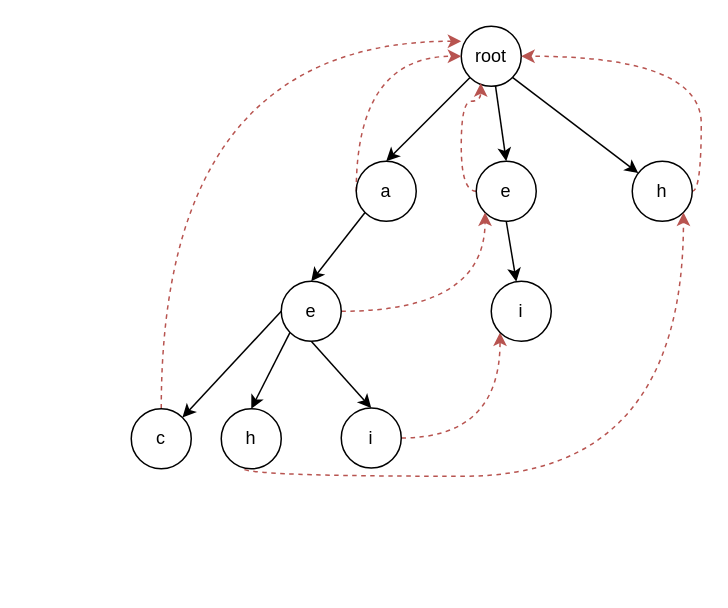
a7956232/drawIOFiles keeps this draw.io diagram as KMP、字典树、AC自动机.drawio. Above is the earlier version. Source tidied: cells renumbered, new cells numbered last; positions are measured from the earlier drawing's top-left corner, leaving out a move shared by most shapes. Both pictures are drawn from the tidied source at 150%, with x=0, y=0 at pixel (130, 26).
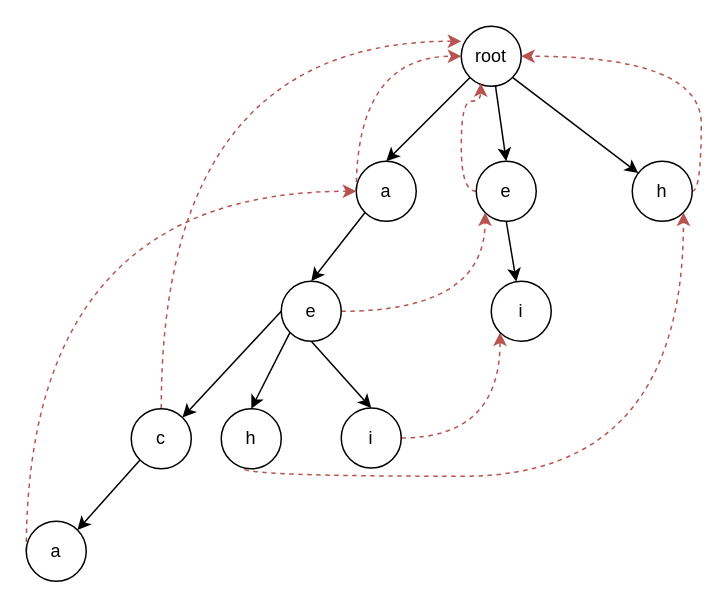
The same page after the edit.

Commit message (it also covers changes not shown here):
更新KMP、字典树、AC自动机.drawio

Unchanged cells that the change refers to:
```xml
<mxCell id="8" value="a" style="ellipse;whiteSpace=wrap;html=1;" parent="1" vertex="1">
  <mxGeometry x="150" y="90" width="40" height="40" as="geometry" />
</mxCell>
<mxCell id="25" value="c" style="ellipse;whiteSpace=wrap;html=1;" parent="1" vertex="1">
  <mxGeometry y="255" width="40" height="40" as="geometry" />
</mxCell>
```

The edit, as a diff of the source:
```diff
@@
+    <mxCell id="26" style="edgeStyle=none;rounded=0;jettySize=auto;html=1;exitX=0;exitY=1;exitDx=0;exitDy=0;entryX=1;entryY=0;entryDx=0;entryDy=0;" parent="1" edge="1" source="25" target="28">
+      <mxGeometry relative="1" as="geometry" />
+    </mxCell>
@@
+    <mxCell id="27" style="edgeStyle=orthogonalEdgeStyle;curved=1;rounded=0;jettySize=auto;html=1;exitX=0;exitY=0.5;exitDx=0;exitDy=0;entryX=0;entryY=0.5;entryDx=0;entryDy=0;fillColor=#f8cecc;strokeColor=#b85450;dashed=1;" parent="1" edge="1" source="28" target="8">
+      <mxGeometry relative="1" as="geometry">
+        <Array as="points">
+          <mxPoint x="-70" y="110" />
+        </Array>
+      </mxGeometry>
+    </mxCell>
+    <mxCell id="28" value="a" style="ellipse;whiteSpace=wrap;html=1;" parent="1" vertex="1">
+      <mxGeometry x="-70" y="330" width="40" height="40" as="geometry" />
+    </mxCell>
```
